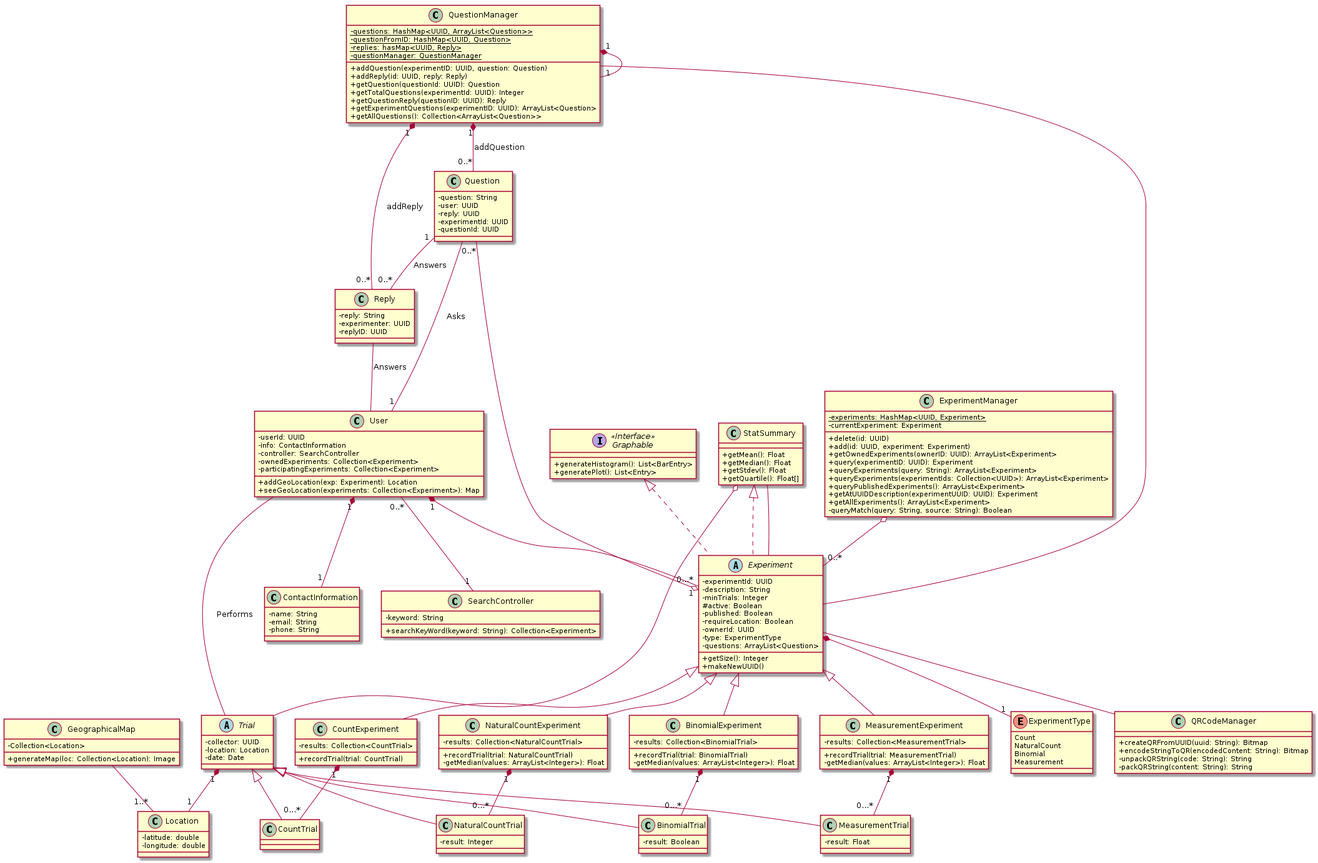
Earlier version of the PlantUML export doc/uml/UML.png (CMPUT301W21T03/Experiment-Automata).
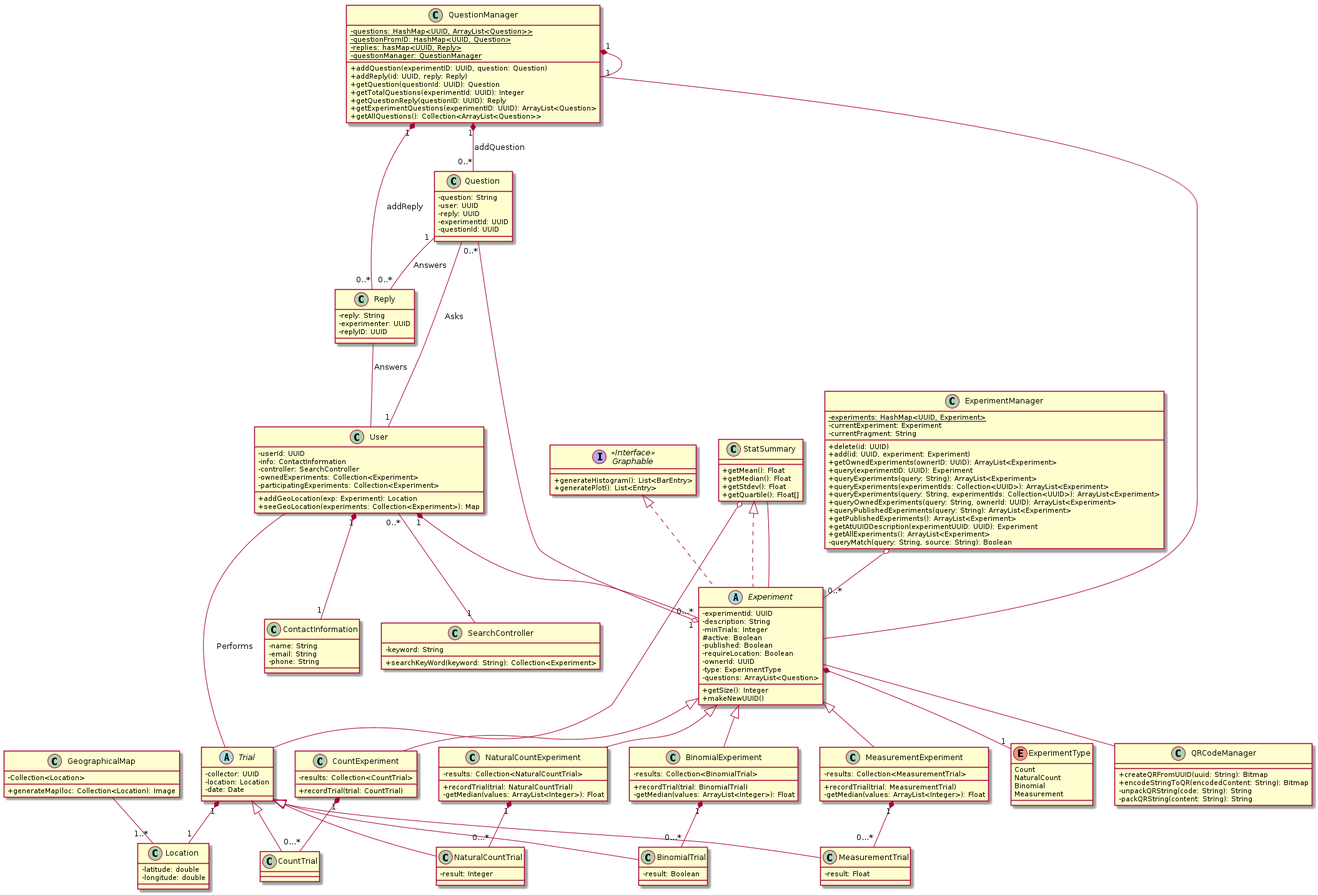
After the change.

Change to the diagram source:
```diff
@@ -15,6 +15,7 @@
 class ExperimentManager{
    - {static} experiments: HashMap<UUID, Experiment>
    - currentExperiment: Experiment
+   - currentFragment: String
 
    + delete(id: UUID)
    + add(id: UUID, experiment: Experiment)
@@ -22,7 +23,10 @@
    + query(experimentID: UUID): Experiment
    + queryExperiments(query: String): ArrayList<Experiment>
    + queryExperiments(experimentIds: Collection<UUID>): ArrayList<Experiment>
-   + queryPublishedExperiments(): ArrayList<Experiment>
+   + queryExperiments(query: String, experimentIds: Collection<UUID>): ArrayList<Experiment>
+   + queryOwnedExperiments(query: String, ownerId: UUID): ArrayList<Experiment>
+   + queryPublishedExperiments(query: String): ArrayList<Experiment>
+   + getPublishedExperiments(): ArrayList<Experiment>
    + getAtUUIDDescription(experimentUUID: UUID): Experiment
    + getAllExperiments(): ArrayList<Experiment>
    - queryMatch(query: String, source: String): Boolean
```
